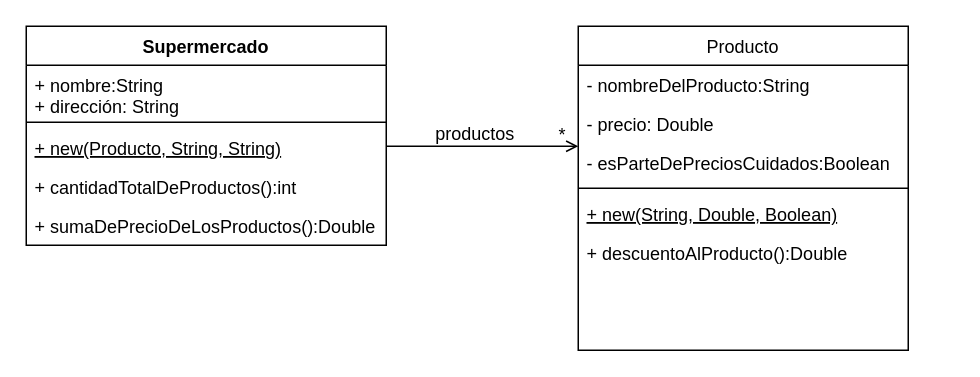
Earlier version of the draw.io diagram Unq-po2-tp4-ejercicio1.drawio (nhubczyk/unqui-po2-hubczyk). Source tidied: cells renumbered, new cells numbered last; positions are measured from the earlier drawing's top-left corner, leaving out a move shared by most shapes. Both pictures are drawn from the tidied source at 150%, with x=0, y=0 at pixel (26, 26).
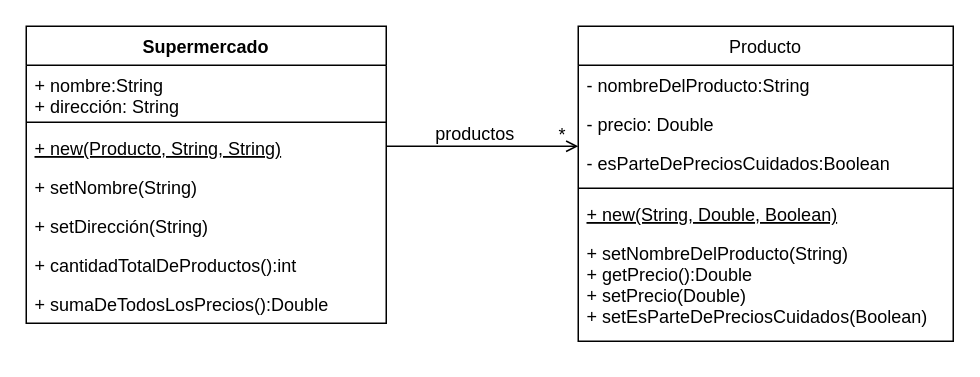
After the change.

Change to the diagram source:
```diff
@@
     <mxCell id="2" value="Producto" style="swimlane;fontStyle=0;align=center;verticalAlign=top;horizontal=1;startSize=26;rounded=0;shadow=0;strokeWidth=1;" parent="1" vertex="1">
-      <mxGeometry x="368" width="220" height="216" as="geometry" />
+      <mxGeometry x="368" width="250" height="210" as="geometry" />
     </mxCell>
     <mxCell id="3" value="- nombreDelProducto:String" style="text;align=left;verticalAlign=top;spacingLeft=4;spacingRight=4;overflow=hidden;" parent="2" vertex="1">
-      <mxGeometry y="26" width="220" height="26" as="geometry" />
+      <mxGeometry y="26" width="250" height="26" as="geometry" />
     </mxCell>
     <mxCell id="4" value="- precio: Double" style="text;align=left;verticalAlign=top;spacingLeft=4;spacingRight=4;overflow=hidden;rounded=0;shadow=0;html=0;" parent="2" vertex="1">
-      <mxGeometry y="52" width="220" height="26" as="geometry" />
+      <mxGeometry y="52" width="250" height="26" as="geometry" />
     </mxCell>
     <mxCell id="5" value="- esParteDePreciosCuidados:Boolean" style="text;align=left;verticalAlign=top;spacingLeft=4;spacingRight=4;overflow=hidden;rounded=0;shadow=0;html=0;" parent="2" vertex="1">
-      <mxGeometry y="78" width="220" height="26" as="geometry" />
+      <mxGeometry y="78" width="250" height="26" as="geometry" />
     </mxCell>
     <mxCell id="6" style="line;html=1;strokeWidth=1;align=left;verticalAlign=middle;spacingTop=-1;spacingLeft=3;spacingRight=3;labelPosition=right;" parent="2" vertex="1">
-      <mxGeometry y="104" width="220" height="8" as="geometry" />
+      <mxGeometry y="104" width="250" height="8" as="geometry" />
     </mxCell>
     <mxCell id="7" value="+ new(String, Double, Boolean)" style="text;align=left;verticalAlign=top;spacingLeft=4;spacingRight=4;overflow=hidden;fontStyle=4;" parent="2" vertex="1">
-      <mxGeometry y="112" width="220" height="26" as="geometry" />
+      <mxGeometry y="112" width="250" height="26" as="geometry" />
     </mxCell>
-    <mxCell id="8" value="+ descuentoAlProducto():Double" style="text;align=left;verticalAlign=top;spacingLeft=4;spacingRight=4;overflow=hidden;" parent="2" vertex="1">
-      <mxGeometry y="138" width="220" height="26" as="geometry" />
-    </mxCell>
+    <mxCell id="18" value="+ setNombreDelProducto(String)&#10;+ getPrecio():Double&#10;+ setPrecio(Double)&#10;+ setEsParteDePreciosCuidados(Boolean)&#10;&#10;" style="text;align=left;verticalAlign=top;spacingLeft=4;spacingRight=4;overflow=hidden;fontStyle=0;" parent="2" vertex="1">
+      <mxGeometry y="138" width="250" height="72" as="geometry" />
+    </mxCell>
@@
     <mxCell id="12" value="Supermercado" style="swimlane;fontStyle=1;align=center;verticalAlign=top;horizontal=1;startSize=26;" parent="1" vertex="1">
-      <mxGeometry width="240" height="146" as="geometry" />
+      <mxGeometry width="240" height="198" as="geometry" />
     </mxCell>
@@
-    <mxCell id="16" value="+ cantidadTotalDeProductos():int" style="text;strokeColor=none;fillColor=none;align=left;verticalAlign=top;spacingLeft=4;spacingRight=4;overflow=hidden;" parent="12" vertex="1">
+    <mxCell id="16" value="+ setNombre(String)&#10;" style="text;strokeColor=none;fillColor=none;align=left;verticalAlign=top;spacingLeft=4;spacingRight=4;overflow=hidden;" parent="12" vertex="1">
       <mxGeometry y="94" width="240" height="26" as="geometry" />
     </mxCell>
-    <mxCell id="17" value="+ sumaDePrecioDeLosProductos():Double" style="text;strokeColor=none;fillColor=none;align=left;verticalAlign=top;spacingLeft=4;spacingRight=4;overflow=hidden;" parent="12" vertex="1">
+    <mxCell id="17" value="+ setDirección(String)" style="text;strokeColor=none;fillColor=none;align=left;verticalAlign=top;spacingLeft=4;spacingRight=4;overflow=hidden;" parent="12" vertex="1">
       <mxGeometry y="120" width="240" height="26" as="geometry" />
     </mxCell>
+    <mxCell id="19" value="+ cantidadTotalDeProductos():int" style="text;strokeColor=none;fillColor=none;align=left;verticalAlign=top;spacingLeft=4;spacingRight=4;overflow=hidden;fontStyle=0;" parent="12" vertex="1">
+      <mxGeometry y="146" width="240" height="26" as="geometry" />
+    </mxCell>
+    <mxCell id="20" value="+ sumaDeTodosLosPrecios():Double" style="text;strokeColor=none;fillColor=none;align=left;verticalAlign=top;spacingLeft=4;spacingRight=4;overflow=hidden;fontStyle=0;" parent="12" vertex="1">
+      <mxGeometry y="172" width="240" height="26" as="geometry" />
+    </mxCell>
```
